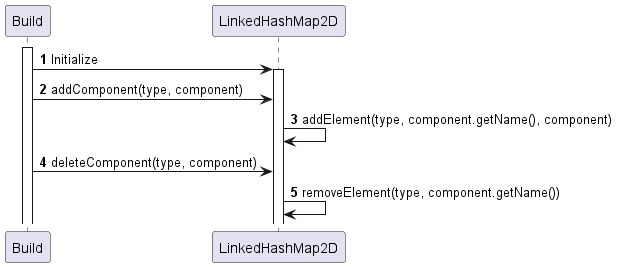
Before: docs/images/BuildSequence.png, a diagram exported from PlantUML (nus-cs2113-AY2223S1/tp). Its source is kept beside it as docs/puml/BuildSequence.puml. The source it was exported from:
```plantuml
@startuml

autonumber

activate ":Build"
":Build" -> LinkedHashMap2D: Initialize

activate LinkedHashMap2D

":Build" -> LinkedHashMap2D: addComponent(type, component)

LinkedHashMap2D -> LinkedHashMap2D: addElement(type, component.getName(), component)

":Build" -> LinkedHashMap2D: deleteComponent(type, component)

LinkedHashMap2D -> LinkedHashMap2D: removeElement(type, component.getName())


@enduml
```
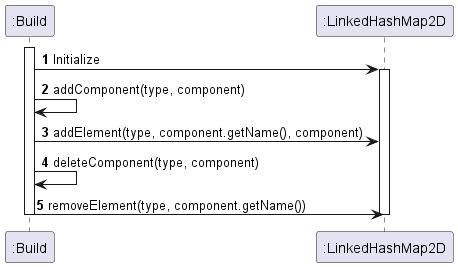
The same file after the commit.

Diff of the diagram source:
```diff
@@ -3,17 +3,19 @@
 autonumber
 
 activate ":Build"
-":Build" -> LinkedHashMap2D: Initialize
+":Build" -> ":LinkedHashMap2D": Initialize
 
-activate LinkedHashMap2D
+activate ":LinkedHashMap2D"
 
-":Build" -> LinkedHashMap2D: addComponent(type, component)
+":Build" -> ":Build": addComponent(type, component)
 
-LinkedHashMap2D -> LinkedHashMap2D: addElement(type, component.getName(), component)
+":Build" -> ":LinkedHashMap2D": addElement(type, component.getName(), component)
 
-":Build" -> LinkedHashMap2D: deleteComponent(type, component)
+":Build" -> ":Build": deleteComponent(type, component)
 
-LinkedHashMap2D -> LinkedHashMap2D: removeElement(type, component.getName())
+":Build" -> ":LinkedHashMap2D": removeElement(type, component.getName())
 
+deactivate ":Build"
+deactivate ":LinkedHashMap2D"
 
 @enduml
```
